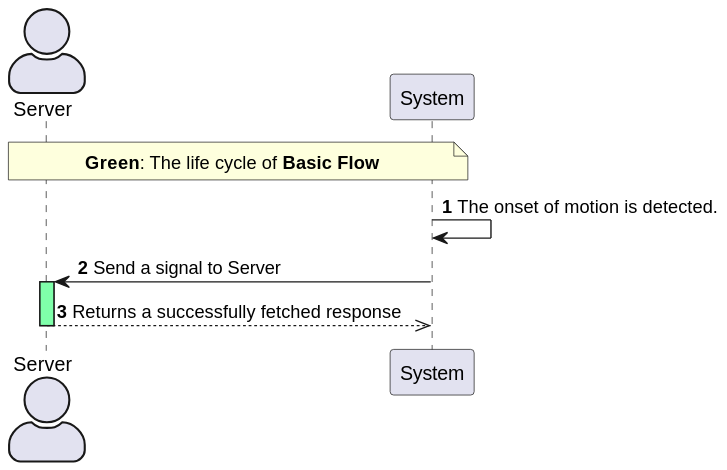
Earlier version of the PlantUML export project/RA/UseCasePack/SequenceDiagram/MotionStart.svg (DSD-PIrates/DSD-PIrates.github.io). Its diagram source:
```plantuml
@startuml
skinparam actorStyle awesome
actor Server
participant System


note over Server, System
    **Green**: The life cycle of **Basic Flow**
end note

System -> System: **1** The onset of motion is detected.


System -> Server: **2** Send a signal to Server
activate Server #7FFFAA


Server -->> System: **3** Returns a successfully fetched response
deactivate Server

@enduml
```
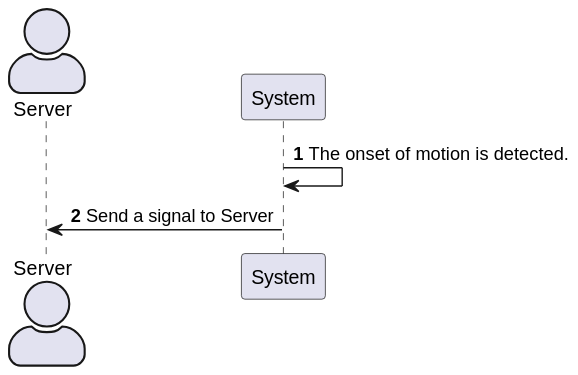
After the change.

Commit message:
update Use Case 3.6 and 3.7

Diff of the diagram source:
```diff
@@ -4,18 +4,10 @@
 participant System
 
 
-note over Server, System
-    **Green**: The life cycle of **Basic Flow**
-end note
 
 System -> System: **1** The onset of motion is detected.
 
 
 System -> Server: **2** Send a signal to Server
-activate Server #7FFFAA
-
-
-Server -->> System: **3** Returns a successfully fetched response
-deactivate Server
 
 @enduml
```
